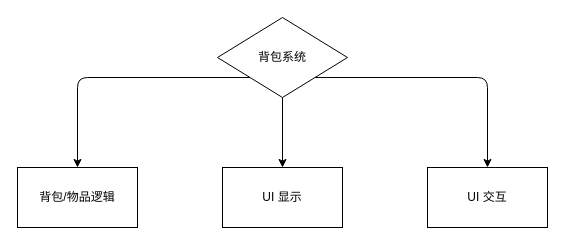
The draw.io diagram Assets/Document/背包系统.drawio in JackGuiding/Zelda, before the edit. Source tidied: cells renumbered, new cells numbered last; positions are measured from the earlier drawing's top-left corner, leaving out a move shared by most shapes. Both pictures are drawn from the tidied source at 100%, with x=0, y=0 at pixel (17, 17).
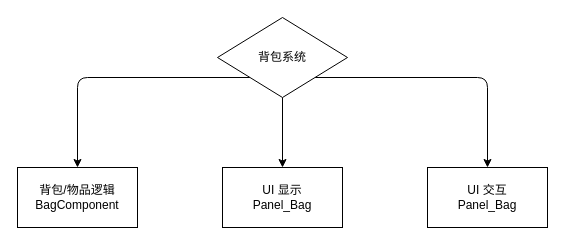
Above is the later version.

Commit message (it also covers changes not shown here):
<feature> add: BagDomain(背包系统) 调度 BagComponent 和 Panel_Bag

Diff of the diagram source:
```diff
@@
 <mxGraphModel background="#ffffff">
   <root>
     <mxCell id="0" />
     <mxCell id="1" parent="0" />
-    <mxCell id="2" value="背包/物品逻辑" style="rounded=0;whiteSpace=wrap;html=1;" parent="1" vertex="1">
+    <mxCell id="2" value="背包/物品逻辑&lt;br&gt;BagComponent" style="rounded=0;whiteSpace=wrap;html=1;" parent="1" vertex="1">
       <mxGeometry y="150" width="120" height="60" as="geometry" />
     </mxCell>
-    <mxCell id="3" value="UI 显示" style="rounded=0;whiteSpace=wrap;html=1;" parent="1" vertex="1">
+    <mxCell id="3" value="UI 显示&lt;br&gt;Panel_Bag" style="rounded=0;whiteSpace=wrap;html=1;" parent="1" vertex="1">
       <mxGeometry x="205" y="150" width="120" height="60" as="geometry" />
     </mxCell>
-    <mxCell id="4" value="UI&amp;nbsp;交互" style="rounded=0;whiteSpace=wrap;html=1;" parent="1" vertex="1">
+    <mxCell id="4" value="UI&amp;nbsp;交互&lt;br&gt;Panel_Bag" style="rounded=0;whiteSpace=wrap;html=1;" parent="1" vertex="1">
       <mxGeometry x="410" y="150" width="120" height="60" as="geometry" />
     </mxCell>
     <mxCell id="5" style="edgeStyle=orthogonalEdgeStyle;html=1;exitX=0;exitY=1;exitDx=0;exitDy=0;entryX=0.5;entryY=0;entryDx=0;entryDy=0;strokeColor=#000000;" parent="1" edge="1" source="8" target="2">
       <mxGeometry relative="1" as="geometry" />
     </mxCell>
     <mxCell id="6" style="edgeStyle=orthogonalEdgeStyle;html=1;exitX=0.5;exitY=1;exitDx=0;exitDy=0;entryX=0.5;entryY=0;entryDx=0;entryDy=0;strokeColor=#000000;" parent="1" edge="1" source="8" target="3">
       <mxGeometry relative="1" as="geometry" />
     </mxCell>
     <mxCell id="7" style="edgeStyle=orthogonalEdgeStyle;html=1;exitX=1;exitY=1;exitDx=0;exitDy=0;entryX=0.5;entryY=0;entryDx=0;entryDy=0;strokeColor=#000000;" parent="1" edge="1" source="8" target="4">
       <mxGeometry relative="1" as="geometry" />
     </mxCell>
     <mxCell id="8" value="背包系统" style="rhombus;whiteSpace=wrap;html=1;" parent="1" vertex="1">
       <mxGeometry x="200" width="130" height="80" as="geometry" />
     </mxCell>
   </root>
 </mxGraphModel>
```
